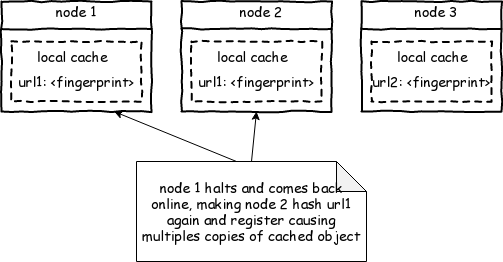
Before: media/crawler/multi-cache-wrng.png, a diagram exported from draw.io (rihenperry/csuci-mscs-thesis-dist-web-crawler). Source tidied: cells renumbered, new cells last; positions are measured from the earlier drawing's top-left corner, leaving out a move shared by most shapes. Source of this version:
```xml
<mxGraphModel>
  <root>
    <mxCell id="0" />
    <mxCell id="1" parent="0" />
    <mxCell id="2" style="html=1;whiteSpace=wrap;comic=1;strokeWidth=2;fontFamily=Comic Sans MS;fontStyle=1;fontSize=14;" parent="1" vertex="1">
      <mxGeometry width="150" height="110" as="geometry" />
    </mxCell>
    <mxCell id="3" style="rounded=0;comic=1;strokeWidth=2;endArrow=none;html=1;fontFamily=Comic Sans MS;fontStyle=1;endFill=0;exitX=0;exitY=0.25;exitDx=0;exitDy=0;entryX=1;entryY=0.25;entryDx=0;entryDy=0;fontSize=14;" parent="1" edge="1" source="2" target="2">
      <mxGeometry relative="1" as="geometry" />
    </mxCell>
    <mxCell id="4" style="html=1;whiteSpace=wrap;comic=1;strokeWidth=2;fontFamily=Comic Sans MS;fontStyle=1;dashed=1;fontSize=14;" parent="1" vertex="1">
      <mxGeometry x="10" y="40" width="130" height="60" as="geometry" />
    </mxCell>
    <mxCell id="5" value="node 1" style="text;html=1;strokeColor=none;fillColor=none;align=center;verticalAlign=middle;whiteSpace=wrap;rounded=0;fontSize=14;fontFamily=Comic Sans MS;" parent="1" vertex="1">
      <mxGeometry x="50" width="50" height="20" as="geometry" />
    </mxCell>
    <mxCell id="6" value="local cache" style="text;html=1;strokeColor=none;fillColor=none;align=center;verticalAlign=middle;whiteSpace=wrap;rounded=0;dashed=1;fontSize=14;fontFamily=Comic Sans MS;" parent="1" vertex="1">
      <mxGeometry x="30" y="45" width="80" height="20" as="geometry" />
    </mxCell>
    <mxCell id="7" style="html=1;whiteSpace=wrap;comic=1;strokeWidth=2;fontFamily=Comic Sans MS;fontStyle=1;fontSize=14;" parent="1" vertex="1">
      <mxGeometry x="180" width="150" height="110" as="geometry" />
    </mxCell>
    <mxCell id="8" style="rounded=0;comic=1;strokeWidth=2;endArrow=none;html=1;fontFamily=Comic Sans MS;fontStyle=1;endFill=0;exitX=0;exitY=0.25;exitDx=0;exitDy=0;entryX=1;entryY=0.25;entryDx=0;entryDy=0;fontSize=14;" parent="1" edge="1" source="7" target="7">
      <mxGeometry relative="1" as="geometry" />
    </mxCell>
    <mxCell id="9" style="html=1;whiteSpace=wrap;comic=1;strokeWidth=2;fontFamily=Comic Sans MS;fontStyle=1;dashed=1;fontSize=14;" parent="1" vertex="1">
      <mxGeometry x="190" y="40" width="130" height="60" as="geometry" />
    </mxCell>
    <mxCell id="10" value="node 2" style="text;html=1;strokeColor=none;fillColor=none;align=center;verticalAlign=middle;whiteSpace=wrap;rounded=0;fontSize=14;fontFamily=Comic Sans MS;" parent="1" vertex="1">
      <mxGeometry x="230" width="60" height="20" as="geometry" />
    </mxCell>
    <mxCell id="11" value="local cache" style="text;html=1;strokeColor=none;fillColor=none;align=center;verticalAlign=middle;whiteSpace=wrap;rounded=0;dashed=1;fontSize=14;fontFamily=Comic Sans MS;" parent="1" vertex="1">
      <mxGeometry x="210" y="45" width="80" height="20" as="geometry" />
    </mxCell>
    <mxCell id="12" style="html=1;whiteSpace=wrap;comic=1;strokeWidth=2;fontFamily=Comic Sans MS;fontStyle=1;fontSize=14;" parent="1" vertex="1">
      <mxGeometry x="360" width="140" height="110" as="geometry" />
    </mxCell>
    <mxCell id="13" style="rounded=0;comic=1;strokeWidth=2;endArrow=none;html=1;fontFamily=Comic Sans MS;fontStyle=1;endFill=0;exitX=0;exitY=0.25;exitDx=0;exitDy=0;entryX=1;entryY=0.25;entryDx=0;entryDy=0;fontSize=14;" parent="1" edge="1" source="12" target="12">
      <mxGeometry relative="1" as="geometry" />
    </mxCell>
    <mxCell id="14" style="html=1;whiteSpace=wrap;comic=1;strokeWidth=2;fontFamily=Comic Sans MS;fontStyle=1;dashed=1;fontSize=14;" parent="1" vertex="1">
      <mxGeometry x="370" y="40" width="120" height="60" as="geometry" />
    </mxCell>
    <mxCell id="15" value="node 3" style="text;html=1;strokeColor=none;fillColor=none;align=center;verticalAlign=middle;whiteSpace=wrap;rounded=0;fontSize=14;fontFamily=Comic Sans MS;" parent="1" vertex="1">
      <mxGeometry x="410" width="50" height="20" as="geometry" />
    </mxCell>
    <mxCell id="16" value="local cache" style="text;html=1;strokeColor=none;fillColor=none;align=center;verticalAlign=middle;whiteSpace=wrap;rounded=0;dashed=1;fontSize=14;fontFamily=Comic Sans MS;" parent="1" vertex="1">
      <mxGeometry x="390" y="45" width="80" height="20" as="geometry" />
    </mxCell>
    <mxCell id="17" value="url1: &amp;lt;fingerprint&amp;gt;" style="text;html=1;strokeColor=none;fillColor=none;align=center;verticalAlign=middle;whiteSpace=wrap;rounded=0;dashed=1;fontSize=14;fontFamily=Comic Sans MS;" parent="1" vertex="1">
      <mxGeometry x="15" y="70" width="120" height="20" as="geometry" />
    </mxCell>
    <mxCell id="18" value="url1: &amp;lt;fingerprint&amp;gt;" style="text;html=1;strokeColor=none;fillColor=none;align=center;verticalAlign=middle;whiteSpace=wrap;rounded=0;dashed=1;fontSize=14;fontFamily=Comic Sans MS;" parent="1" vertex="1">
      <mxGeometry x="195" y="70" width="120" height="20" as="geometry" />
    </mxCell>
    <mxCell id="19" value="url2: &amp;lt;fingerprint&amp;gt;" style="text;html=1;strokeColor=none;fillColor=none;align=center;verticalAlign=middle;whiteSpace=wrap;rounded=0;dashed=1;fontSize=14;fontFamily=Comic Sans MS;" parent="1" vertex="1">
      <mxGeometry x="370" y="70" width="120" height="20" as="geometry" />
    </mxCell>
    <mxCell id="20" value="node 1 halts and comes back online, making node 2 hash url1 again and register causing multiples copies of cached object" style="shape=note;whiteSpace=wrap;html=1;backgroundOutline=1;darkOpacity=0.05;fontFamily=Comic Sans MS;fontSize=14;" parent="1" vertex="1">
      <mxGeometry x="135" y="160" width="230" height="100" as="geometry" />
    </mxCell>
    <mxCell id="21" style="endArrow=classic;html=1;fontFamily=Comic Sans MS;fontSize=14;entryX=0.75;entryY=1;entryDx=0;entryDy=0;exitX=0;exitY=0;exitDx=100;exitDy=0;exitPerimeter=0;" parent="1" edge="1" source="20" target="2">
      <mxGeometry relative="1" as="geometry" />
    </mxCell>
    <mxCell id="22" style="endArrow=classic;html=1;fontFamily=Comic Sans MS;fontSize=14;entryX=0.5;entryY=1;entryDx=0;entryDy=0;exitX=0.5;exitY=0;exitDx=0;exitDy=0;exitPerimeter=0;" parent="1" edge="1" source="20" target="7">
      <mxGeometry relative="1" as="geometry" />
    </mxCell>
  </root>
</mxGraphModel>
```
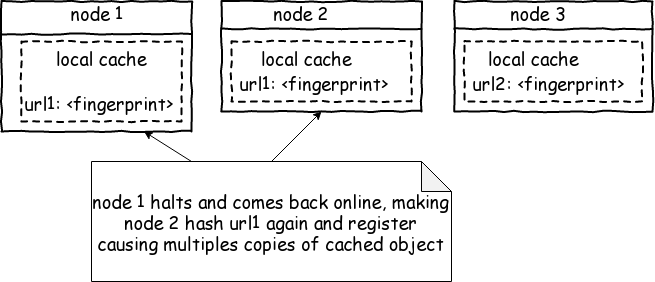
After the change.

The edit, as a diff of the source:
```diff
@@ -2,67 +2,67 @@
   <root>
     <mxCell id="0" />
     <mxCell id="1" parent="0" />
-    <mxCell id="2" style="html=1;whiteSpace=wrap;comic=1;strokeWidth=2;fontFamily=Comic Sans MS;fontStyle=1;fontSize=14;" parent="1" vertex="1">
-      <mxGeometry width="150" height="110" as="geometry" />
+    <mxCell id="2" style="html=1;whiteSpace=wrap;comic=1;strokeWidth=2;fontFamily=Comic Sans MS;fontStyle=1;fontSize=18;" parent="1" vertex="1">
+      <mxGeometry x="-40" width="190" height="130" as="geometry" />
     </mxCell>
-    <mxCell id="3" style="rounded=0;comic=1;strokeWidth=2;endArrow=none;html=1;fontFamily=Comic Sans MS;fontStyle=1;endFill=0;exitX=0;exitY=0.25;exitDx=0;exitDy=0;entryX=1;entryY=0.25;entryDx=0;entryDy=0;fontSize=14;" parent="1" edge="1" source="2" target="2">
+    <mxCell id="3" style="rounded=0;comic=1;strokeWidth=2;endArrow=none;html=1;fontFamily=Comic Sans MS;fontStyle=1;endFill=0;exitX=0;exitY=0.25;exitDx=0;exitDy=0;entryX=1;entryY=0.25;entryDx=0;entryDy=0;fontSize=18;" parent="1" edge="1" source="2" target="2">
       <mxGeometry relative="1" as="geometry" />
     </mxCell>
-    <mxCell id="4" style="html=1;whiteSpace=wrap;comic=1;strokeWidth=2;fontFamily=Comic Sans MS;fontStyle=1;dashed=1;fontSize=14;" parent="1" vertex="1">
-      <mxGeometry x="10" y="40" width="130" height="60" as="geometry" />
+    <mxCell id="4" style="html=1;whiteSpace=wrap;comic=1;strokeWidth=2;fontFamily=Comic Sans MS;fontStyle=1;dashed=1;fontSize=18;" parent="1" vertex="1">
+      <mxGeometry x="-20" y="40" width="160" height="80" as="geometry" />
     </mxCell>
-    <mxCell id="5" value="node 1" style="text;html=1;strokeColor=none;fillColor=none;align=center;verticalAlign=middle;whiteSpace=wrap;rounded=0;fontSize=14;fontFamily=Comic Sans MS;" parent="1" vertex="1">
-      <mxGeometry x="50" width="50" height="20" as="geometry" />
+    <mxCell id="5" value="node 1" style="text;html=1;strokeColor=none;fillColor=none;align=center;verticalAlign=middle;whiteSpace=wrap;rounded=0;fontSize=18;fontFamily=Comic Sans MS;" parent="1" vertex="1">
+      <mxGeometry x="25" width="60" height="20" as="geometry" />
     </mxCell>
-    <mxCell id="6" value="local cache" style="text;html=1;strokeColor=none;fillColor=none;align=center;verticalAlign=middle;whiteSpace=wrap;rounded=0;dashed=1;fontSize=14;fontFamily=Comic Sans MS;" parent="1" vertex="1">
-      <mxGeometry x="30" y="45" width="80" height="20" as="geometry" />
+    <mxCell id="6" value="local cache" style="text;html=1;strokeColor=none;fillColor=none;align=center;verticalAlign=middle;whiteSpace=wrap;rounded=0;dashed=1;fontSize=18;fontFamily=Comic Sans MS;" parent="1" vertex="1">
+      <mxGeometry x="10" y="45" width="100" height="20" as="geometry" />
     </mxCell>
-    <mxCell id="7" style="html=1;whiteSpace=wrap;comic=1;strokeWidth=2;fontFamily=Comic Sans MS;fontStyle=1;fontSize=14;" parent="1" vertex="1">
-      <mxGeometry x="180" width="150" height="110" as="geometry" />
+    <mxCell id="7" style="html=1;whiteSpace=wrap;comic=1;strokeWidth=2;fontFamily=Comic Sans MS;fontStyle=1;fontSize=18;" parent="1" vertex="1">
+      <mxGeometry x="180" width="200" height="110" as="geometry" />
     </mxCell>
-    <mxCell id="8" style="rounded=0;comic=1;strokeWidth=2;endArrow=none;html=1;fontFamily=Comic Sans MS;fontStyle=1;endFill=0;exitX=0;exitY=0.25;exitDx=0;exitDy=0;entryX=1;entryY=0.25;entryDx=0;entryDy=0;fontSize=14;" parent="1" edge="1" source="7" target="7">
+    <mxCell id="8" style="rounded=0;comic=1;strokeWidth=2;endArrow=none;html=1;fontFamily=Comic Sans MS;fontStyle=1;endFill=0;exitX=0;exitY=0.25;exitDx=0;exitDy=0;entryX=1;entryY=0.25;entryDx=0;entryDy=0;fontSize=18;" parent="1" edge="1" source="7" target="7">
       <mxGeometry relative="1" as="geometry" />
     </mxCell>
-    <mxCell id="9" style="html=1;whiteSpace=wrap;comic=1;strokeWidth=2;fontFamily=Comic Sans MS;fontStyle=1;dashed=1;fontSize=14;" parent="1" vertex="1">
-      <mxGeometry x="190" y="40" width="130" height="60" as="geometry" />
+    <mxCell id="9" style="html=1;whiteSpace=wrap;comic=1;strokeWidth=2;fontFamily=Comic Sans MS;fontStyle=1;dashed=1;fontSize=18;" parent="1" vertex="1">
+      <mxGeometry x="190" y="40" width="180" height="60" as="geometry" />
     </mxCell>
-    <mxCell id="10" value="node 2" style="text;html=1;strokeColor=none;fillColor=none;align=center;verticalAlign=middle;whiteSpace=wrap;rounded=0;fontSize=14;fontFamily=Comic Sans MS;" parent="1" vertex="1">
+    <mxCell id="10" value="node 2" style="text;html=1;strokeColor=none;fillColor=none;align=center;verticalAlign=middle;whiteSpace=wrap;rounded=0;fontSize=18;fontFamily=Comic Sans MS;" parent="1" vertex="1">
       <mxGeometry x="230" width="60" height="20" as="geometry" />
     </mxCell>
-    <mxCell id="11" value="local cache" style="text;html=1;strokeColor=none;fillColor=none;align=center;verticalAlign=middle;whiteSpace=wrap;rounded=0;dashed=1;fontSize=14;fontFamily=Comic Sans MS;" parent="1" vertex="1">
-      <mxGeometry x="210" y="45" width="80" height="20" as="geometry" />
+    <mxCell id="11" value="local cache" style="text;html=1;strokeColor=none;fillColor=none;align=center;verticalAlign=middle;whiteSpace=wrap;rounded=0;dashed=1;fontSize=18;fontFamily=Comic Sans MS;" parent="1" vertex="1">
+      <mxGeometry x="210" y="45" width="110" height="20" as="geometry" />
     </mxCell>
-    <mxCell id="12" style="html=1;whiteSpace=wrap;comic=1;strokeWidth=2;fontFamily=Comic Sans MS;fontStyle=1;fontSize=14;" parent="1" vertex="1">
-      <mxGeometry x="360" width="140" height="110" as="geometry" />
+    <mxCell id="12" style="html=1;whiteSpace=wrap;comic=1;strokeWidth=2;fontFamily=Comic Sans MS;fontStyle=1;fontSize=18;" parent="1" vertex="1">
+      <mxGeometry x="413" width="198" height="110" as="geometry" />
     </mxCell>
-    <mxCell id="13" style="rounded=0;comic=1;strokeWidth=2;endArrow=none;html=1;fontFamily=Comic Sans MS;fontStyle=1;endFill=0;exitX=0;exitY=0.25;exitDx=0;exitDy=0;entryX=1;entryY=0.25;entryDx=0;entryDy=0;fontSize=14;" parent="1" edge="1" source="12" target="12">
+    <mxCell id="13" style="rounded=0;comic=1;strokeWidth=2;endArrow=none;html=1;fontFamily=Comic Sans MS;fontStyle=1;endFill=0;exitX=0;exitY=0.25;exitDx=0;exitDy=0;entryX=1;entryY=0.25;entryDx=0;entryDy=0;fontSize=18;" parent="1" edge="1" source="12" target="12">
       <mxGeometry relative="1" as="geometry" />
     </mxCell>
-    <mxCell id="14" style="html=1;whiteSpace=wrap;comic=1;strokeWidth=2;fontFamily=Comic Sans MS;fontStyle=1;dashed=1;fontSize=14;" parent="1" vertex="1">
-      <mxGeometry x="370" y="40" width="120" height="60" as="geometry" />
+    <mxCell id="14" style="html=1;whiteSpace=wrap;comic=1;strokeWidth=2;fontFamily=Comic Sans MS;fontStyle=1;dashed=1;fontSize=18;" parent="1" vertex="1">
+      <mxGeometry x="423" y="40" width="178" height="60" as="geometry" />
     </mxCell>
-    <mxCell id="15" value="node 3" style="text;html=1;strokeColor=none;fillColor=none;align=center;verticalAlign=middle;whiteSpace=wrap;rounded=0;fontSize=14;fontFamily=Comic Sans MS;" parent="1" vertex="1">
-      <mxGeometry x="410" width="50" height="20" as="geometry" />
+    <mxCell id="15" value="node 3" style="text;html=1;strokeColor=none;fillColor=none;align=center;verticalAlign=middle;whiteSpace=wrap;rounded=0;fontSize=18;fontFamily=Comic Sans MS;" parent="1" vertex="1">
+      <mxGeometry x="463" width="68" height="20" as="geometry" />
     </mxCell>
-    <mxCell id="16" value="local cache" style="text;html=1;strokeColor=none;fillColor=none;align=center;verticalAlign=middle;whiteSpace=wrap;rounded=0;dashed=1;fontSize=14;fontFamily=Comic Sans MS;" parent="1" vertex="1">
-      <mxGeometry x="390" y="45" width="80" height="20" as="geometry" />
+    <mxCell id="16" value="local cache" style="text;html=1;strokeColor=none;fillColor=none;align=center;verticalAlign=middle;whiteSpace=wrap;rounded=0;dashed=1;fontSize=18;fontFamily=Comic Sans MS;" parent="1" vertex="1">
+      <mxGeometry x="443" y="45" width="98" height="20" as="geometry" />
     </mxCell>
-    <mxCell id="17" value="url1: &amp;lt;fingerprint&amp;gt;" style="text;html=1;strokeColor=none;fillColor=none;align=center;verticalAlign=middle;whiteSpace=wrap;rounded=0;dashed=1;fontSize=14;fontFamily=Comic Sans MS;" parent="1" vertex="1">
-      <mxGeometry x="15" y="70" width="120" height="20" as="geometry" />
+    <mxCell id="17" value="url1: &amp;lt;fingerprint&amp;gt;" style="text;html=1;strokeColor=none;fillColor=none;align=center;verticalAlign=middle;whiteSpace=wrap;rounded=0;dashed=1;fontSize=18;fontFamily=Comic Sans MS;" parent="1" vertex="1">
+      <mxGeometry x="-20" y="90" width="155" height="20" as="geometry" />
     </mxCell>
-    <mxCell id="18" value="url1: &amp;lt;fingerprint&amp;gt;" style="text;html=1;strokeColor=none;fillColor=none;align=center;verticalAlign=middle;whiteSpace=wrap;rounded=0;dashed=1;fontSize=14;fontFamily=Comic Sans MS;" parent="1" vertex="1">
-      <mxGeometry x="195" y="70" width="120" height="20" as="geometry" />
+    <mxCell id="18" value="url1: &amp;lt;fingerprint&amp;gt;" style="text;html=1;strokeColor=none;fillColor=none;align=center;verticalAlign=middle;whiteSpace=wrap;rounded=0;dashed=1;fontSize=18;fontFamily=Comic Sans MS;" parent="1" vertex="1">
+      <mxGeometry x="195" y="70" width="155" height="20" as="geometry" />
     </mxCell>
-    <mxCell id="19" value="url2: &amp;lt;fingerprint&amp;gt;" style="text;html=1;strokeColor=none;fillColor=none;align=center;verticalAlign=middle;whiteSpace=wrap;rounded=0;dashed=1;fontSize=14;fontFamily=Comic Sans MS;" parent="1" vertex="1">
-      <mxGeometry x="370" y="70" width="120" height="20" as="geometry" />
+    <mxCell id="19" value="url2: &amp;lt;fingerprint&amp;gt;" style="text;html=1;strokeColor=none;fillColor=none;align=center;verticalAlign=middle;whiteSpace=wrap;rounded=0;dashed=1;fontSize=18;fontFamily=Comic Sans MS;" parent="1" vertex="1">
+      <mxGeometry x="423" y="70" width="168" height="20" as="geometry" />
     </mxCell>
-    <mxCell id="20" value="node 1 halts and comes back online, making node 2 hash url1 again and register causing multiples copies of cached object" style="shape=note;whiteSpace=wrap;html=1;backgroundOutline=1;darkOpacity=0.05;fontFamily=Comic Sans MS;fontSize=14;" parent="1" vertex="1">
-      <mxGeometry x="135" y="160" width="230" height="100" as="geometry" />
+    <mxCell id="20" value="node 1 halts and comes back online, making node 2 hash url1 again and register causing multiples copies of cached object" style="shape=note;whiteSpace=wrap;html=1;backgroundOutline=1;darkOpacity=0.05;fontFamily=Comic Sans MS;fontSize=18;" parent="1" vertex="1">
+      <mxGeometry x="50" y="160" width="360" height="120" as="geometry" />
     </mxCell>
-    <mxCell id="21" style="endArrow=classic;html=1;fontFamily=Comic Sans MS;fontSize=14;entryX=0.75;entryY=1;entryDx=0;entryDy=0;exitX=0;exitY=0;exitDx=100;exitDy=0;exitPerimeter=0;" parent="1" edge="1" source="20" target="2">
+    <mxCell id="21" style="endArrow=classic;html=1;fontFamily=Comic Sans MS;fontSize=18;entryX=0.75;entryY=1;entryDx=0;entryDy=0;exitX=0;exitY=0;exitDx=100;exitDy=0;exitPerimeter=0;" parent="1" edge="1" source="20" target="2">
       <mxGeometry relative="1" as="geometry" />
     </mxCell>
-    <mxCell id="22" style="endArrow=classic;html=1;fontFamily=Comic Sans MS;fontSize=14;entryX=0.5;entryY=1;entryDx=0;entryDy=0;exitX=0.5;exitY=0;exitDx=0;exitDy=0;exitPerimeter=0;" parent="1" edge="1" source="20" target="7">
+    <mxCell id="22" style="endArrow=classic;html=1;fontFamily=Comic Sans MS;fontSize=18;entryX=0.5;entryY=1;entryDx=0;entryDy=0;exitX=0.5;exitY=0;exitDx=0;exitDy=0;exitPerimeter=0;" parent="1" edge="1" source="20" target="7">
       <mxGeometry relative="1" as="geometry" />
     </mxCell>
   </root>
```
